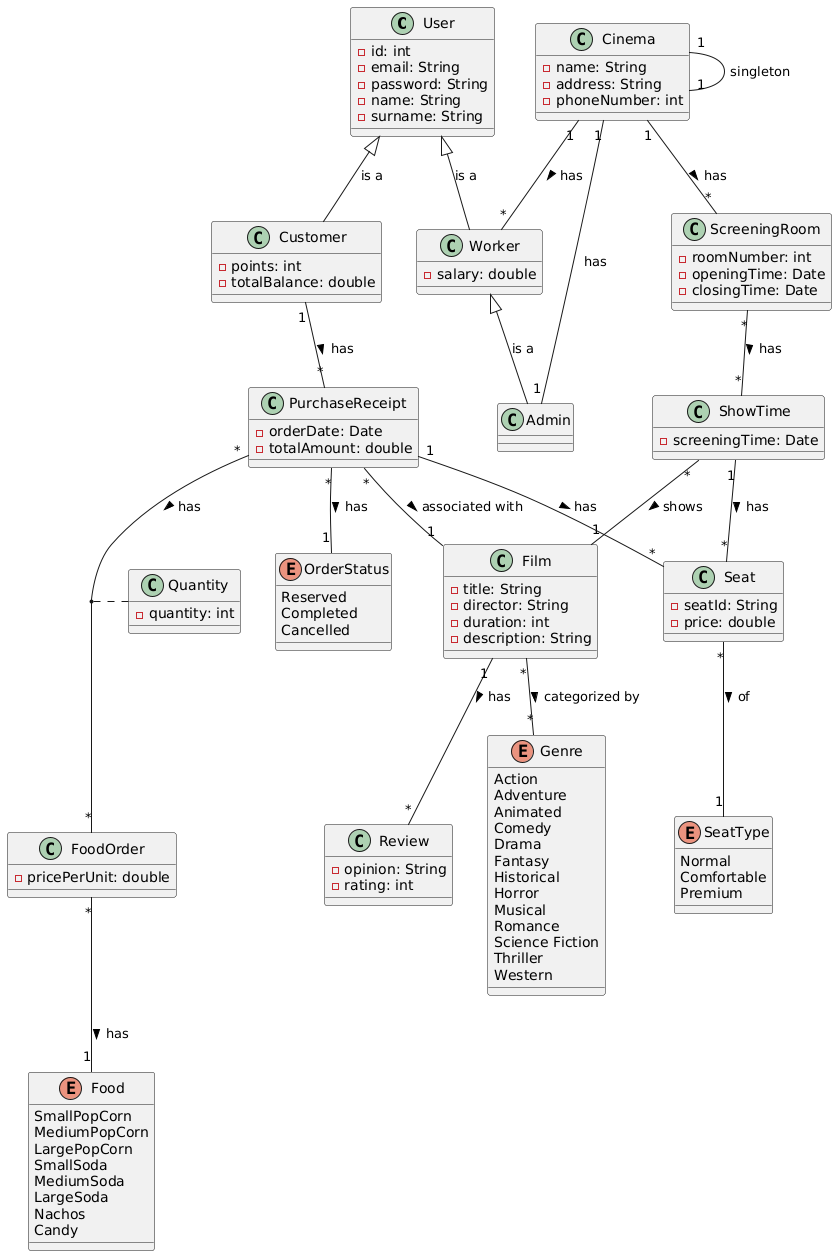
The PlantUML diagram docs/Domain_Model/domainmodel.png in BenatErzibengoa/Cinema-app, before a commit.
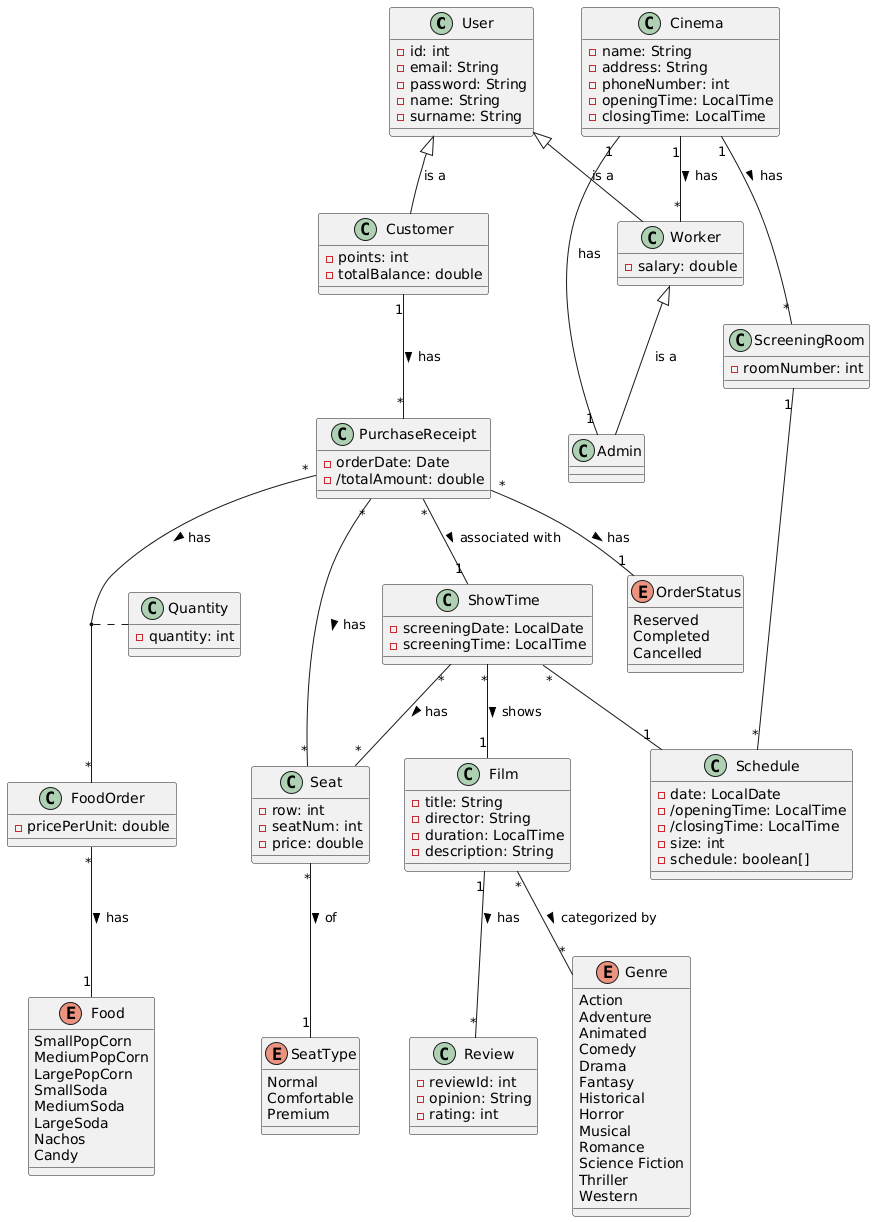
After the change.

Change to the diagram source:
```diff
@@ -24,11 +24,21 @@
     -name: String
     -address: String
     -phoneNumber: int
+    -openingTime: LocalTime
+    -closingTime: LocalTime
 }
 
 class PurchaseReceipt{
   -orderDate: Date
-  -totalAmount: double
+  -/totalAmount: double
+}
+
+class Schedule{
+  -date: LocalDate
+  -/openingTime: LocalTime
+  -/closingTime: LocalTime
+  -size: int
+  -schedule: boolean[]
 }
 
 class FoodOrder{
@@ -37,28 +47,29 @@
 
 class ScreeningRoom{
   -roomNumber: int
-  -openingTime: Date
-  -closingTime: Date
 }
 
 class ShowTime{
-  -screeningTime: Date
+  -screeningDate: LocalDate
+  -screeningTime: LocalTime
 }
 
 class Film{
   -title: String
   -director: String
-  -duration: int
+  -duration: LocalTime
   -description: String
 }
 
 class Review{
+  -reviewId: int
   -opinion: String
   -rating: int
 }
 
 class Seat{
-  -seatId: String
+  -row: int
+  -seatNum: int
   -price: double
 }
 
@@ -111,20 +122,20 @@
 
 Customer "1" -- "*" PurchaseReceipt: has >
 Cinema "1" -- "*" ScreeningRoom: has >
-Cinema "1" -- "1" Cinema: singleton
 Cinema "1" -- "1" Admin: has
 Cinema "1" -- "*" Worker: has >
 
-ScreeningRoom "*" -- "*" ShowTime: has >
-ShowTime "1" -- "*" Seat: has >
+ScreeningRoom "1" -- "*" Schedule
+ShowTime "*" -- "*" Seat: has >
+ShowTime "*" -- "1" Schedule
 
 Seat "*" -- "1" SeatType: of >
 ShowTime "*" -- "1" Film: shows >
 Film "1" -- "*" Review: has >
 Film "*" -- "*" Genre : categorized by >
 
-PurchaseReceipt "1" -- "*" Seat: has >
-PurchaseReceipt "*" -- "1" Film: associated with >
+PurchaseReceipt "*" -- "*" Seat: has >
+PurchaseReceipt "*" -- "1" ShowTime: associated with >
 PurchaseReceipt "*" -- "1" OrderStatus : has >
 PurchaseReceipt "*" -- "*" FoodOrder: has >
 
```
